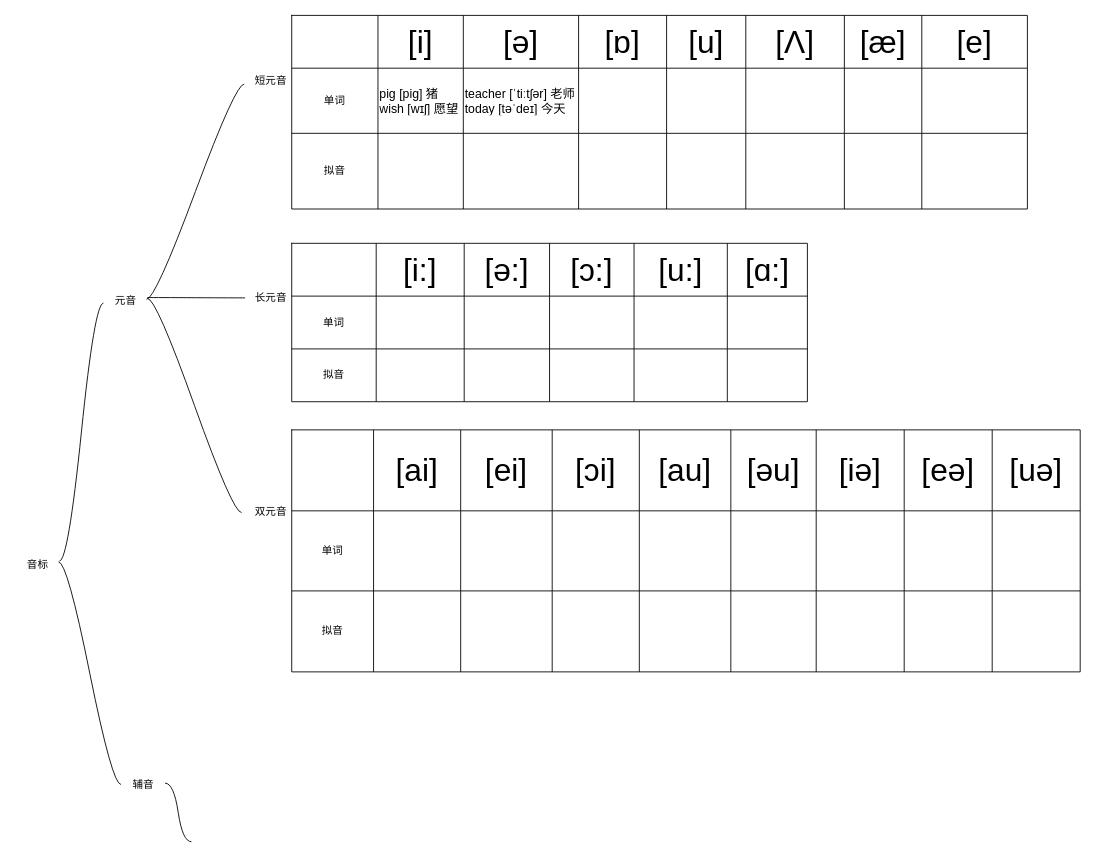
The draw.io diagram page "第 2 页" (2 of 2) of 未命名表单.drawio in gituserc123/HelloWorld, before the edit. Source tidied: cells renumbered, new cells numbered last; positions are measured from the earlier drawing's top-left corner, leaving out a move shared by most shapes. Both pictures are drawn from the tidied source at 88%, with x=0, y=0 at pixel (15, 15).
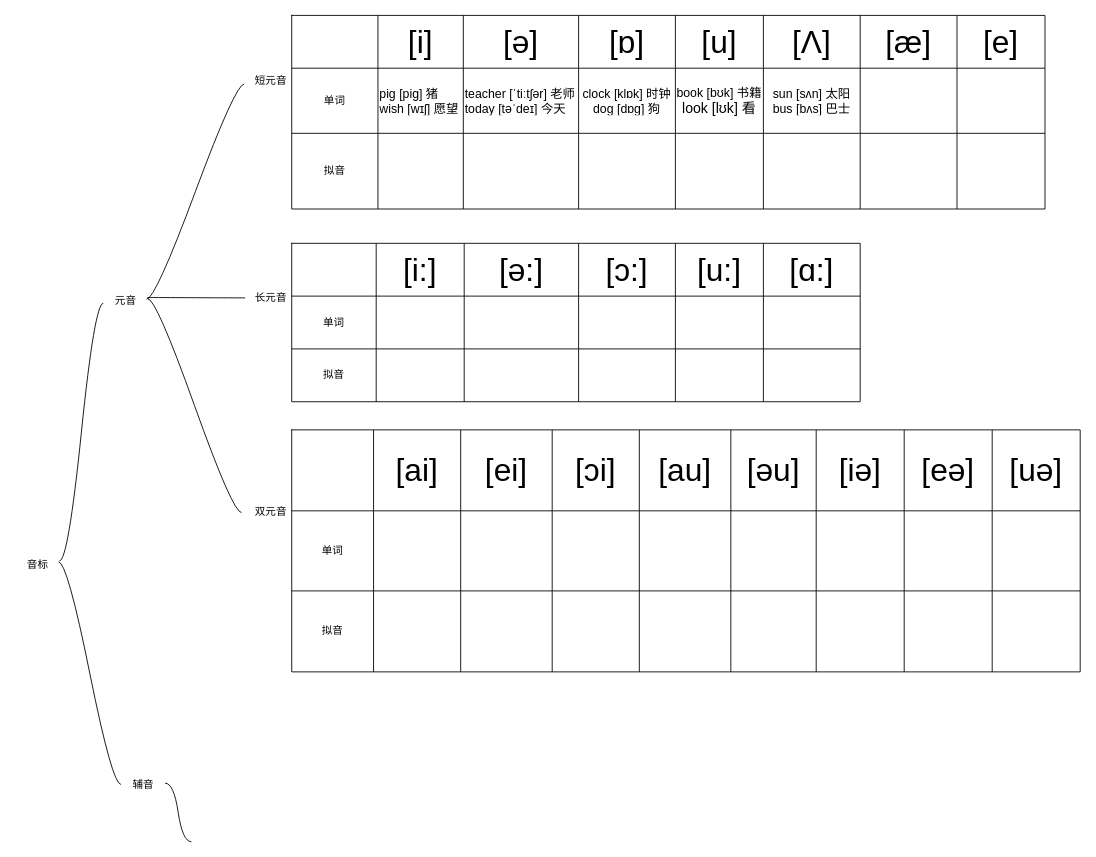
Above is the later version.

Commit message (it also covers changes not shown here):
更新未命名表单.drawio

The edit, as a diff of the source:
```diff
@@
     <mxCell id="14" style="shape=table;startSize=0;childLayout=tableLayout;" parent="1" vertex="1">
-      <mxGeometry x="314" width="836" height="220" as="geometry" />
+      <mxGeometry x="314" width="856" height="220" as="geometry" />
     </mxCell>
     <mxCell id="15" style="shape=tableRow;horizontal=0;startSize=0;swimlaneHead=0;swimlaneBody=0;strokeColor=inherit;top=0;left=0;bottom=0;right=0;fillColor=none;" parent="14" vertex="1">
-      <mxGeometry width="836" height="60" as="geometry" />
+      <mxGeometry width="856" height="60" as="geometry" />
     </mxCell>
@@
     <mxCell id="19" value="&lt;font style=&quot;font-size: 36px;&quot;&gt;[ɒ]&lt;/font&gt;" style="shape=partialRectangle;html=1;whiteSpace=wrap;strokeColor=inherit;overflow=hidden;fillColor=none;top=0;left=0;bottom=0;right=0;" parent="15" vertex="1">
-      <mxGeometry x="326" width="100" height="60" as="geometry" />
+      <mxGeometry x="326" width="110" height="60" as="geometry" />
     </mxCell>
     <mxCell id="20" value="&lt;font style=&quot;font-size: 36px;&quot;&gt;[u]&lt;/font&gt;" style="shape=partialRectangle;html=1;whiteSpace=wrap;strokeColor=inherit;overflow=hidden;fillColor=none;top=0;left=0;bottom=0;right=0;" parent="15" vertex="1">
-      <mxGeometry x="426" width="90" height="60" as="geometry" />
+      <mxGeometry x="436" width="100" height="60" as="geometry" />
     </mxCell>
     <mxCell id="21" value="&lt;font style=&quot;font-size: 36px;&quot;&gt;[Λ]&lt;/font&gt;" style="shape=partialRectangle;html=1;whiteSpace=wrap;strokeColor=inherit;overflow=hidden;fillColor=none;top=0;left=0;bottom=0;right=0;" parent="15" vertex="1">
-      <mxGeometry x="516" width="112" height="60" as="geometry" />
+      <mxGeometry x="536" width="110" height="60" as="geometry" />
     </mxCell>
     <mxCell id="22" value="&lt;font style=&quot;font-size: 36px;&quot;&gt;[æ]&lt;/font&gt;" style="shape=partialRectangle;html=1;whiteSpace=wrap;strokeColor=inherit;overflow=hidden;fillColor=none;top=0;left=0;bottom=0;right=0;" parent="15" vertex="1">
-      <mxGeometry x="628" width="88" height="60" as="geometry" />
+      <mxGeometry x="646" width="110" height="60" as="geometry" />
     </mxCell>
     <mxCell id="23" value="&lt;font style=&quot;font-size: 36px;&quot;&gt;[e]&lt;/font&gt;" style="shape=partialRectangle;html=1;whiteSpace=wrap;strokeColor=inherit;overflow=hidden;fillColor=none;top=0;left=0;bottom=0;right=0;" parent="15" vertex="1">
-      <mxGeometry x="716" width="120" height="60" as="geometry" />
+      <mxGeometry x="756" width="100" height="60" as="geometry" />
     </mxCell>
     <mxCell id="24" style="shape=tableRow;horizontal=0;startSize=0;swimlaneHead=0;swimlaneBody=0;strokeColor=inherit;top=0;left=0;bottom=0;right=0;fillColor=none;" parent="14" vertex="1">
-      <mxGeometry y="60" width="836" height="74" as="geometry" />
+      <mxGeometry y="60" width="856" height="74" as="geometry" />
     </mxCell>
@@
-    <mxCell id="28" style="shape=partialRectangle;html=1;whiteSpace=wrap;strokeColor=inherit;overflow=hidden;fillColor=none;top=0;left=0;bottom=0;right=0;" parent="24" vertex="1">
-      <mxGeometry x="326" width="100" height="74" as="geometry" />
+    <mxCell id="28" value="&lt;font style=&quot;font-size: 14px;&quot;&gt;clock [klɒk] 时钟&lt;br&gt;dog [dɒg] 狗&lt;/font&gt;" style="shape=partialRectangle;html=1;whiteSpace=wrap;strokeColor=inherit;overflow=hidden;fillColor=none;top=0;left=0;bottom=0;right=0;" parent="24" vertex="1">
+      <mxGeometry x="326" width="110" height="74" as="geometry" />
     </mxCell>
-    <mxCell id="29" style="shape=partialRectangle;html=1;whiteSpace=wrap;strokeColor=inherit;overflow=hidden;fillColor=none;top=0;left=0;bottom=0;right=0;" parent="24" vertex="1">
-      <mxGeometry x="426" width="90" height="74" as="geometry" />
+    <mxCell id="29" value="&lt;div&gt;&lt;font style=&quot;font-size: 14px;&quot;&gt;book [bʊk] 书籍&lt;/font&gt;&lt;/div&gt;&lt;div&gt;&lt;font size=&quot;3&quot;&gt;look [lʊk] 看&lt;/font&gt;&lt;/div&gt;" style="shape=partialRectangle;html=1;whiteSpace=wrap;strokeColor=inherit;overflow=hidden;fillColor=none;top=0;left=0;bottom=0;right=0;" parent="24" vertex="1">
+      <mxGeometry x="436" width="100" height="74" as="geometry" />
     </mxCell>
-    <mxCell id="30" style="shape=partialRectangle;html=1;whiteSpace=wrap;strokeColor=inherit;overflow=hidden;fillColor=none;top=0;left=0;bottom=0;right=0;" parent="24" vertex="1">
-      <mxGeometry x="516" width="112" height="74" as="geometry" />
+    <mxCell id="30" value="&lt;div&gt;&lt;font style=&quot;font-size: 14px;&quot;&gt;sun [sʌn] 太阳&lt;/font&gt;&lt;/div&gt;&lt;div&gt;&lt;font style=&quot;font-size: 14px;&quot;&gt;bus [bʌs] 巴士&lt;/font&gt;&lt;/div&gt;" style="shape=partialRectangle;html=1;whiteSpace=wrap;strokeColor=inherit;overflow=hidden;fillColor=none;top=0;left=0;bottom=0;right=0;" parent="24" vertex="1">
+      <mxGeometry x="536" width="110" height="74" as="geometry" />
     </mxCell>
     <mxCell id="31" style="shape=partialRectangle;html=1;whiteSpace=wrap;strokeColor=inherit;overflow=hidden;fillColor=none;top=0;left=0;bottom=0;right=0;" parent="24" vertex="1">
-      <mxGeometry x="628" width="88" height="74" as="geometry" />
+      <mxGeometry x="646" width="110" height="74" as="geometry" />
     </mxCell>
     <mxCell id="32" style="shape=partialRectangle;html=1;whiteSpace=wrap;strokeColor=inherit;overflow=hidden;fillColor=none;top=0;left=0;bottom=0;right=0;" parent="24" vertex="1">
-      <mxGeometry x="716" width="120" height="74" as="geometry" />
+      <mxGeometry x="756" width="100" height="74" as="geometry" />
     </mxCell>
     <mxCell id="33" style="shape=tableRow;horizontal=0;startSize=0;swimlaneHead=0;swimlaneBody=0;strokeColor=inherit;top=0;left=0;bottom=0;right=0;fillColor=none;" parent="14" vertex="1">
-      <mxGeometry y="134" width="836" height="86" as="geometry" />
+      <mxGeometry y="134" width="856" height="86" as="geometry" />
     </mxCell>
@@
     <mxCell id="37" style="shape=partialRectangle;html=1;whiteSpace=wrap;strokeColor=inherit;overflow=hidden;fillColor=none;top=0;left=0;bottom=0;right=0;" parent="33" vertex="1">
-      <mxGeometry x="326" width="100" height="86" as="geometry" />
+      <mxGeometry x="326" width="110" height="86" as="geometry" />
     </mxCell>
     <mxCell id="38" style="shape=partialRectangle;html=1;whiteSpace=wrap;strokeColor=inherit;overflow=hidden;fillColor=none;top=0;left=0;bottom=0;right=0;" parent="33" vertex="1">
-      <mxGeometry x="426" width="90" height="86" as="geometry" />
+      <mxGeometry x="436" width="100" height="86" as="geometry" />
     </mxCell>
     <mxCell id="39" style="shape=partialRectangle;html=1;whiteSpace=wrap;strokeColor=inherit;overflow=hidden;fillColor=none;top=0;left=0;bottom=0;right=0;" parent="33" vertex="1">
-      <mxGeometry x="516" width="112" height="86" as="geometry" />
+      <mxGeometry x="536" width="110" height="86" as="geometry" />
     </mxCell>
     <mxCell id="40" style="shape=partialRectangle;html=1;whiteSpace=wrap;strokeColor=inherit;overflow=hidden;fillColor=none;top=0;left=0;bottom=0;right=0;" parent="33" vertex="1">
-      <mxGeometry x="628" width="88" height="86" as="geometry" />
+      <mxGeometry x="646" width="110" height="86" as="geometry" />
     </mxCell>
     <mxCell id="41" style="shape=partialRectangle;html=1;whiteSpace=wrap;strokeColor=inherit;overflow=hidden;fillColor=none;top=0;left=0;bottom=0;right=0;" parent="33" vertex="1">
-      <mxGeometry x="716" width="120" height="86" as="geometry" />
+      <mxGeometry x="756" width="100" height="86" as="geometry" />
     </mxCell>
     <mxCell id="42" style="shape=table;startSize=0;childLayout=tableLayout;" parent="1" vertex="1">
-      <mxGeometry x="314" y="259" width="586" height="180" as="geometry" />
+      <mxGeometry x="314" y="259" width="646" height="180" as="geometry" />
     </mxCell>
     <mxCell id="43" style="shape=tableRow;horizontal=0;startSize=0;swimlaneHead=0;swimlaneBody=0;strokeColor=inherit;top=0;left=0;bottom=0;right=0;fillColor=none;" parent="42" vertex="1">
-      <mxGeometry width="586" height="60" as="geometry" />
+      <mxGeometry width="646" height="60" as="geometry" />
     </mxCell>
@@
     <mxCell id="46" value="&lt;font style=&quot;font-size: 36px;&quot;&gt;[ə:]&lt;/font&gt;" style="shape=partialRectangle;html=1;whiteSpace=wrap;strokeColor=inherit;overflow=hidden;fillColor=none;top=0;left=0;bottom=0;right=0;" parent="43" vertex="1">
-      <mxGeometry x="196" width="97" height="60" as="geometry" />
+      <mxGeometry x="196" width="130" height="60" as="geometry" />
     </mxCell>
     <mxCell id="47" value="&lt;font style=&quot;font-size: 36px;&quot;&gt;[ɔ:]&lt;/font&gt;" style="shape=partialRectangle;html=1;whiteSpace=wrap;strokeColor=inherit;overflow=hidden;fillColor=none;top=0;left=0;bottom=0;right=0;" parent="43" vertex="1">
-      <mxGeometry x="293" width="96" height="60" as="geometry" />
+      <mxGeometry x="326" width="110" height="60" as="geometry" />
     </mxCell>
     <mxCell id="48" value="&lt;font style=&quot;font-size: 36px;&quot;&gt;[u:]&lt;/font&gt;" style="shape=partialRectangle;html=1;whiteSpace=wrap;strokeColor=inherit;overflow=hidden;fillColor=none;top=0;left=0;bottom=0;right=0;" parent="43" vertex="1">
-      <mxGeometry x="389" width="106" height="60" as="geometry" />
+      <mxGeometry x="436" width="100" height="60" as="geometry" />
     </mxCell>
     <mxCell id="49" value="&lt;font style=&quot;font-size: 36px;&quot;&gt;[ɑ:]&lt;/font&gt;" style="shape=partialRectangle;html=1;whiteSpace=wrap;strokeColor=inherit;overflow=hidden;fillColor=none;top=0;left=0;bottom=0;right=0;" parent="43" vertex="1">
-      <mxGeometry x="495" width="91" height="60" as="geometry" />
+      <mxGeometry x="536" width="110" height="60" as="geometry" />
     </mxCell>
     <mxCell id="50" style="shape=tableRow;horizontal=0;startSize=0;swimlaneHead=0;swimlaneBody=0;strokeColor=inherit;top=0;left=0;bottom=0;right=0;fillColor=none;" parent="42" vertex="1">
-      <mxGeometry y="60" width="586" height="60" as="geometry" />
+      <mxGeometry y="60" width="646" height="60" as="geometry" />
     </mxCell>
@@
     <mxCell id="53" style="shape=partialRectangle;html=1;whiteSpace=wrap;strokeColor=inherit;overflow=hidden;fillColor=none;top=0;left=0;bottom=0;right=0;" parent="50" vertex="1">
-      <mxGeometry x="196" width="97" height="60" as="geometry" />
+      <mxGeometry x="196" width="130" height="60" as="geometry" />
     </mxCell>
     <mxCell id="54" style="shape=partialRectangle;html=1;whiteSpace=wrap;strokeColor=inherit;overflow=hidden;fillColor=none;top=0;left=0;bottom=0;right=0;" parent="50" vertex="1">
-      <mxGeometry x="293" width="96" height="60" as="geometry" />
+      <mxGeometry x="326" width="110" height="60" as="geometry" />
     </mxCell>
     <mxCell id="55" style="shape=partialRectangle;html=1;whiteSpace=wrap;strokeColor=inherit;overflow=hidden;fillColor=none;top=0;left=0;bottom=0;right=0;" parent="50" vertex="1">
-      <mxGeometry x="389" width="106" height="60" as="geometry" />
+      <mxGeometry x="436" width="100" height="60" as="geometry" />
     </mxCell>
     <mxCell id="56" style="shape=partialRectangle;html=1;whiteSpace=wrap;strokeColor=inherit;overflow=hidden;fillColor=none;top=0;left=0;bottom=0;right=0;" parent="50" vertex="1">
-      <mxGeometry x="495" width="91" height="60" as="geometry" />
+      <mxGeometry x="536" width="110" height="60" as="geometry" />
     </mxCell>
     <mxCell id="57" style="shape=tableRow;horizontal=0;startSize=0;swimlaneHead=0;swimlaneBody=0;strokeColor=inherit;top=0;left=0;bottom=0;right=0;fillColor=none;" parent="42" vertex="1">
-      <mxGeometry y="120" width="586" height="60" as="geometry" />
+      <mxGeometry y="120" width="646" height="60" as="geometry" />
     </mxCell>
@@
     <mxCell id="60" style="shape=partialRectangle;html=1;whiteSpace=wrap;strokeColor=inherit;overflow=hidden;fillColor=none;top=0;left=0;bottom=0;right=0;" parent="57" vertex="1">
-      <mxGeometry x="196" width="97" height="60" as="geometry" />
+      <mxGeometry x="196" width="130" height="60" as="geometry" />
     </mxCell>
     <mxCell id="61" style="shape=partialRectangle;html=1;whiteSpace=wrap;strokeColor=inherit;overflow=hidden;fillColor=none;top=0;left=0;bottom=0;right=0;" parent="57" vertex="1">
-      <mxGeometry x="293" width="96" height="60" as="geometry" />
+      <mxGeometry x="326" width="110" height="60" as="geometry" />
     </mxCell>
     <mxCell id="62" style="shape=partialRectangle;html=1;whiteSpace=wrap;strokeColor=inherit;overflow=hidden;fillColor=none;top=0;left=0;bottom=0;right=0;" parent="57" vertex="1">
-      <mxGeometry x="389" width="106" height="60" as="geometry" />
+      <mxGeometry x="436" width="100" height="60" as="geometry" />
     </mxCell>
     <mxCell id="63" style="shape=partialRectangle;html=1;whiteSpace=wrap;strokeColor=inherit;overflow=hidden;fillColor=none;top=0;left=0;bottom=0;right=0;" parent="57" vertex="1">
-      <mxGeometry x="495" width="91" height="60" as="geometry" />
+      <mxGeometry x="536" width="110" height="60" as="geometry" />
     </mxCell>
```
